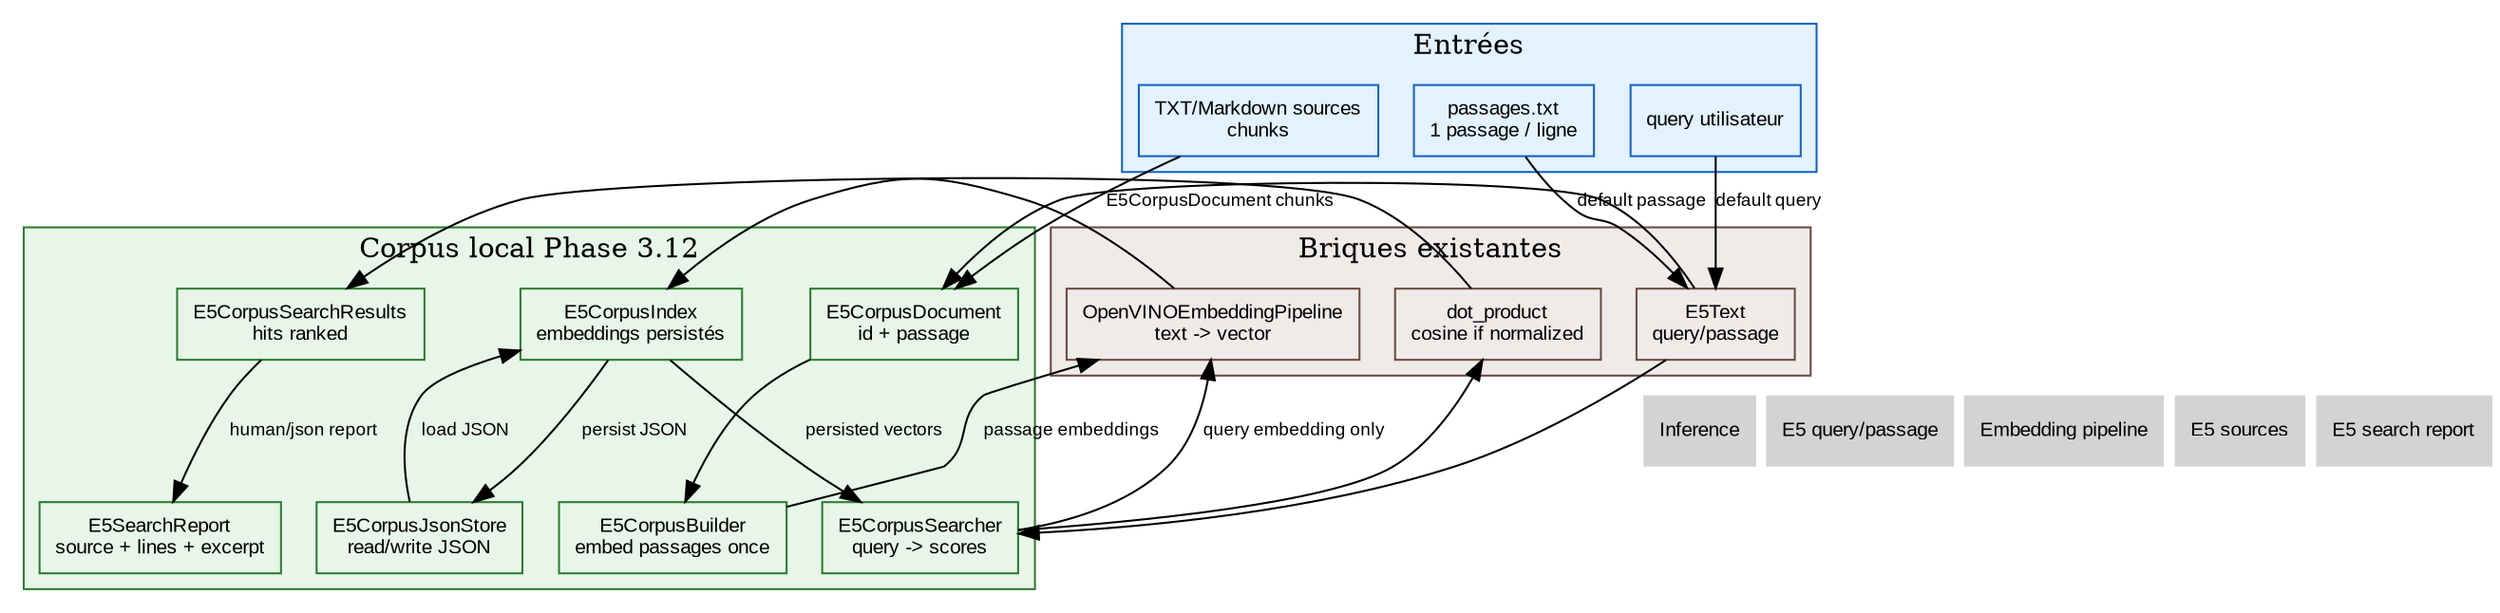
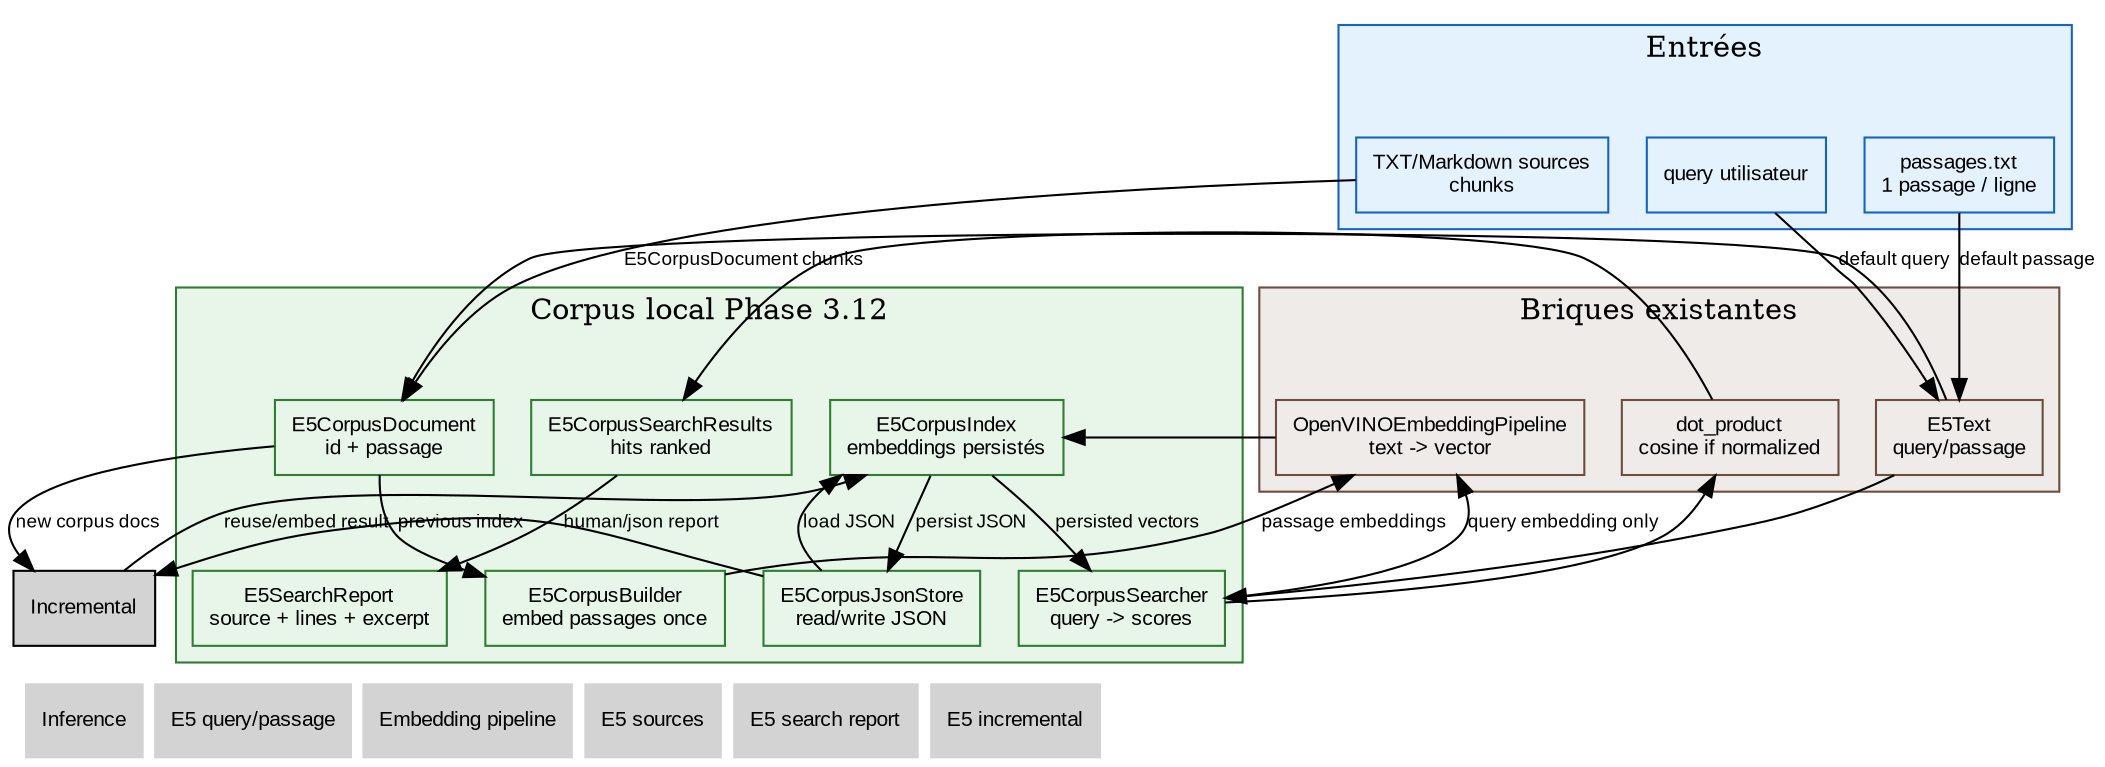
digraph E5Corpus {
    // ROADMAP_ID: inference.e5_corpus
    // ROADMAP_PARENT: inference/40_inference.dot
    // ROADMAP_NOTE[phase3_12]:
    // Le corpus local persiste les embeddings des passages avant Qdrant. Il
    // reste hors Scheduler et sert de banc de test pour query -> index local.
    // ROADMAP_NOTE[phase3_13]:
    // Les passages peuvent maintenant venir de sources TXT/Markdown découpées
    // en chunks avec métadonnées source_path/start_line/end_line.
    // ROADMAP_NOTE[phase3_14]:
    // Les hits sont maintenant projetés vers E5SearchReport pour afficher
    // source, lignes et extrait stable avant Qdrant.
+     // ROADMAP_NOTE[phase3_15]:
+     // Le corpus peut être reconstruit à partir d'un index précédent avec
+     // --reuse-index. Les embeddings inchangés sont repris par hash stable.

    rankdir=TB;
    node [shape=box, style=filled, fontname="Arial", fontsize=10];
    edge [fontname="Arial", fontsize=9];

    subgraph cluster_inputs {
        label="Entrées";
        color="#1565c0";
        bgcolor="#e3f2fd";
        node [fillcolor="#e3f2fd", color="#1565c0"];
        PassageFile [label="passages.txt\n1 passage / ligne"];
        SourceFiles [label="TXT/Markdown sources\nchunks", URL="51_e5_sources.svg"];
        Query [label="query utilisateur"];
    }

    subgraph cluster_corpus {
        label="Corpus local Phase 3.12";
        color="#2e7d32";
        bgcolor="#e8f5e9";
        node [fillcolor="#e8f5e9", color="#2e7d32"];
        E5Document [label="E5CorpusDocument\nid + passage"];
        Builder [label="E5CorpusBuilder\nembed passages once"];
        Index [label="E5CorpusIndex\nembeddings persistés"];
        Store [label="E5CorpusJsonStore\nread/write JSON"];
        Searcher [label="E5CorpusSearcher\nquery -> scores"];
        Hits [label="E5CorpusSearchResults\nhits ranked"];
        Report [label="E5SearchReport\nsource + lines + excerpt", URL="52_e5_search_report.svg"];
    }

    subgraph cluster_existing {
        label="Briques existantes";
        color="#6d4c41";
        bgcolor="#efebe9";
        node [fillcolor="#efebe9", color="#6d4c41"];
        E5Text [label="E5Text\nquery/passage", URL="49_e5_query_passage.svg"];
        Pipeline [label="OpenVINOEmbeddingPipeline\ntext -> vector", URL="47_openvino_embedding_pipeline.svg"];
        Ranker [label="dot_product\ncosine if normalized", URL="49_e5_query_passage.svg"];
    }

    PassageFile -> E5Text [label="default passage"];
    SourceFiles -> E5Document [label="E5CorpusDocument chunks"];
    E5Text -> E5Document;
    E5Document -> Builder;
    Builder -> Pipeline [label="passage embeddings"];
    Pipeline -> Index;
    Index -> Store [label="persist JSON"];
    Store -> Index [label="load JSON"];
+     Store -> Incremental [label="previous index"];
+     E5Document -> Incremental [label="new corpus docs"];
+     Incremental -> Index [label="reuse/embed result"];
    Query -> E5Text [label="default query"];
    E5Text -> Searcher;
    Searcher -> Pipeline [label="query embedding only"];
    Index -> Searcher [label="persisted vectors"];
    Searcher -> Ranker;
    Ranker -> Hits;
    Hits -> Report [label="human/json report"];

    Nav_Inference [label="Inference", shape=plaintext, URL="40_inference.svg"];
    Nav_QueryPassage [label="E5 query/passage", shape=plaintext, URL="49_e5_query_passage.svg"];
    Nav_Pipeline [label="Embedding pipeline", shape=plaintext, URL="47_openvino_embedding_pipeline.svg"];
    Nav_Sources [label="E5 sources", shape=plaintext, URL="51_e5_sources.svg"];
    Nav_Report [label="E5 search report", shape=plaintext, URL="52_e5_search_report.svg"];
+     Nav_Incremental [label="E5 incremental", shape=plaintext, URL="53_e5_incremental.svg"];

-     { rank=sink; Nav_Inference; Nav_QueryPassage; Nav_Pipeline; Nav_Sources; Nav_Report; }
+     { rank=sink; Nav_Inference; Nav_QueryPassage; Nav_Pipeline; Nav_Sources; Nav_Report; Nav_Incremental; }
}
